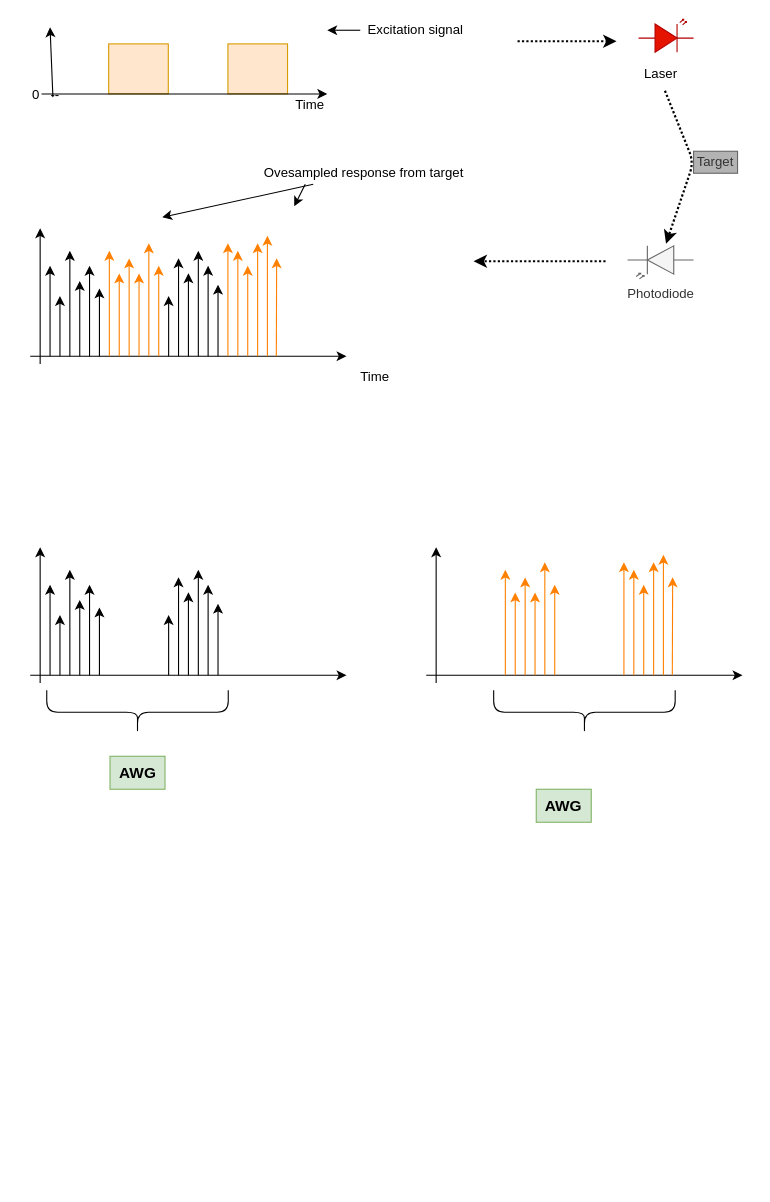
This is page "Signals_alt" (2 of 5) of specs/lockin_detector.drawio from Rune75/Arduino_Synchronous_Detector, a draw.io file, before an edit. Source tidied: cells renumbered, new cells numbered last; positions are measured from the earlier drawing's top-left corner, leaving out a move shared by most shapes. Both pictures are drawn from the tidied source at 110%, with x=0, y=0 at pixel (19, 19).
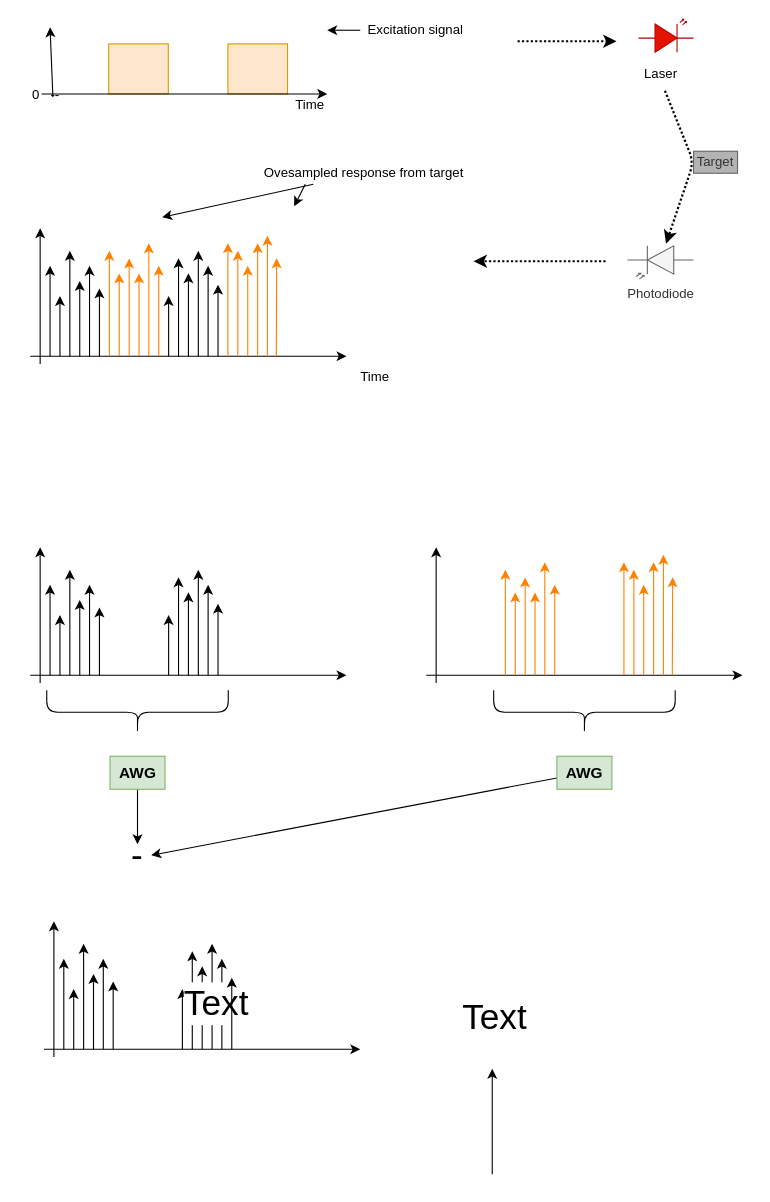
Above is the later version.

The change refers to these unchanged cells:
```xml
<mxCell id="87" value="&lt;b&gt;&lt;font style=&quot;font-size: 14px&quot;&gt;AWG&lt;/font&gt;&lt;/b&gt;" style="rounded=0;whiteSpace=wrap;html=1;fillColor=#d5e8d4;strokeColor=#82b366;" parent="1" vertex="1">
  <mxGeometry x="82.5" y="670" width="50" height="30" as="geometry" />
</mxCell>
```

Diff of the diagram source:
```diff
@@
+    <mxCell id="91" style="rounded=0;jettySize=auto;html=1;entryX=0.5;entryY=0;entryDx=0;entryDy=0;fontSize=32;" parent="1" edge="1" source="87" target="93">
+      <mxGeometry relative="1" as="geometry" />
+    </mxCell>
@@
+    <mxCell id="92" style="edgeStyle=none;rounded=0;jettySize=auto;html=1;entryX=1;entryY=0.5;entryDx=0;entryDy=0;fontSize=32;" parent="1" edge="1" source="88" target="93">
+      <mxGeometry relative="1" as="geometry" />
+    </mxCell>
     <mxCell id="88" value="&lt;b&gt;&lt;font style=&quot;font-size: 14px&quot;&gt;AWG&lt;/font&gt;&lt;/b&gt;" style="rounded=0;whiteSpace=wrap;html=1;fillColor=#d5e8d4;strokeColor=#82b366;" parent="1" vertex="1">
-      <mxGeometry x="470" y="700" width="50" height="30" as="geometry" />
+      <mxGeometry x="488.8" y="670" width="50" height="30" as="geometry" />
     </mxCell>
@@
+    <mxCell id="93" value="&lt;font style=&quot;font-size: 32px&quot;&gt;-&lt;/font&gt;" style="rounded=0;whiteSpace=wrap;html=1;strokeColor=none;" parent="1" vertex="1">
+      <mxGeometry x="95" y="750" width="25" height="20" as="geometry" />
+    </mxCell>
+    <mxCell id="94" style="group;" parent="1" vertex="1">
+      <mxGeometry x="22.5" y="820" width="287.5" height="123.3" as="geometry" />
+    </mxCell>
+    <mxCell id="95" style="endArrow=classic;html=1;" parent="94" edge="1">
+      <mxGeometry relative="1" as="geometry">
+        <mxPoint x="9" y="123.3" as="sourcePoint" />
+        <mxPoint x="9" as="targetPoint" />
+      </mxGeometry>
+    </mxCell>
+    <mxCell id="96" style="endArrow=classic;html=1;" parent="94" edge="1">
+      <mxGeometry relative="1" as="geometry">
+        <mxPoint y="116.4" as="sourcePoint" />
+        <mxPoint x="287.5" y="116.4" as="targetPoint" />
+      </mxGeometry>
+    </mxCell>
+    <mxCell id="97" style="group;" parent="94" vertex="1">
+      <mxGeometry x="125.8" y="20.5" width="44.9" height="95.9" as="geometry" />
+    </mxCell>
+    <mxCell id="98" style="endArrow=classic;html=1;" parent="97" edge="1">
+      <mxGeometry y="41.1" as="geometry">
+        <mxPoint y="95.9" as="sourcePoint" />
+        <mxPoint y="41.1" as="targetPoint" />
+      </mxGeometry>
+    </mxCell>
+    <mxCell id="99" style="endArrow=classic;html=1;" parent="97" edge="1">
+      <mxGeometry y="6.8" as="geometry">
+        <mxPoint x="9" y="95.9" as="sourcePoint" />
+        <mxPoint x="9" y="6.8" as="targetPoint" />
+        <Array as="points">
+          <mxPoint x="9" y="6.8" />
+        </Array>
+      </mxGeometry>
+    </mxCell>
+    <mxCell id="100" style="endArrow=classic;html=1;" parent="97" edge="1">
+      <mxGeometry y="20.5" as="geometry">
+        <mxPoint x="18" y="95.9" as="sourcePoint" />
+        <mxPoint x="18" y="20.5" as="targetPoint" />
+      </mxGeometry>
+    </mxCell>
+    <mxCell id="101" style="endArrow=classic;html=1;" parent="97" edge="1">
+      <mxGeometry as="geometry">
+        <mxPoint x="27" y="95.9" as="sourcePoint" />
+        <mxPoint x="27" as="targetPoint" />
+      </mxGeometry>
+    </mxCell>
+    <mxCell id="102" style="endArrow=classic;html=1;" parent="97" edge="1">
+      <mxGeometry y="13.7" as="geometry">
+        <mxPoint x="35.9" y="95.9" as="sourcePoint" />
+        <mxPoint x="35.9" y="13.7" as="targetPoint" />
+      </mxGeometry>
+    </mxCell>
+    <mxCell id="103" value="Text" style="edgeLabel;html=1;align=center;verticalAlign=middle;fontSize=32;" parent="102" vertex="1">
+      <mxGeometry relative="1" as="geometry">
+        <mxPoint x="-6" y="-1" as="offset" />
+      </mxGeometry>
+    </mxCell>
+    <mxCell id="104" style="endArrow=classic;html=1;" parent="97" edge="1">
+      <mxGeometry y="30.8" as="geometry">
+        <mxPoint x="44.9" y="95.9" as="sourcePoint" />
+        <mxPoint x="44.9" y="30.8" as="targetPoint" />
+      </mxGeometry>
+    </mxCell>
+    <mxCell id="105" value="Text" style="edgeLabel;html=1;align=center;verticalAlign=middle;fontSize=32;" parent="104" vertex="1">
+      <mxGeometry relative="1" as="geometry">
+        <mxPoint x="238" y="3" as="offset" />
+      </mxGeometry>
+    </mxCell>
+    <mxCell id="106" style="group;" parent="94" vertex="1">
+      <mxGeometry x="18" y="20.5" width="44.9" height="95.9" as="geometry" />
+    </mxCell>
+    <mxCell id="107" style="endArrow=classic;html=1;" parent="106" edge="1">
+      <mxGeometry y="41.1" as="geometry">
+        <mxPoint y="95.9" as="sourcePoint" />
+        <mxPoint y="13.7" as="targetPoint" />
+      </mxGeometry>
+    </mxCell>
+    <mxCell id="108" style="endArrow=classic;html=1;" parent="106" edge="1">
+      <mxGeometry y="41.1" as="geometry">
+        <mxPoint x="9" y="95.9" as="sourcePoint" />
+        <mxPoint x="9" y="41.1" as="targetPoint" />
+        <Array as="points">
+          <mxPoint x="9" y="41.1" />
+        </Array>
+      </mxGeometry>
+    </mxCell>
+    <mxCell id="109" style="endArrow=classic;html=1;" parent="106" edge="1">
+      <mxGeometry y="41.1" as="geometry">
+        <mxPoint x="18" y="95.9" as="sourcePoint" />
+        <mxPoint x="18" as="targetPoint" />
+      </mxGeometry>
+    </mxCell>
+    <mxCell id="110" style="endArrow=classic;html=1;" parent="106" edge="1">
+      <mxGeometry y="41.1" as="geometry">
+        <mxPoint x="27" y="95.9" as="sourcePoint" />
+        <mxPoint x="27" y="27.4" as="targetPoint" />
+      </mxGeometry>
+    </mxCell>
+    <mxCell id="111" style="endArrow=classic;html=1;" parent="106" edge="1">
+      <mxGeometry y="41.1" as="geometry">
+        <mxPoint x="35.9" y="95.9" as="sourcePoint" />
+        <mxPoint x="35.9" y="13.7" as="targetPoint" />
+      </mxGeometry>
+    </mxCell>
+    <mxCell id="112" style="endArrow=classic;html=1;" parent="106" edge="1">
+      <mxGeometry y="41.1" as="geometry">
+        <mxPoint x="44.9" y="95.9" as="sourcePoint" />
+        <mxPoint x="44.9" y="34.2" as="targetPoint" />
+      </mxGeometry>
+    </mxCell>
+    <mxCell id="113" style="endArrow=classic;html=1;" parent="1" edge="1">
+      <mxGeometry x="254.8" y="113.6" as="geometry">
+        <mxPoint x="430" y="1050" as="sourcePoint" />
+        <mxPoint x="430" y="954.1" as="targetPoint" />
+      </mxGeometry>
+    </mxCell>
```
